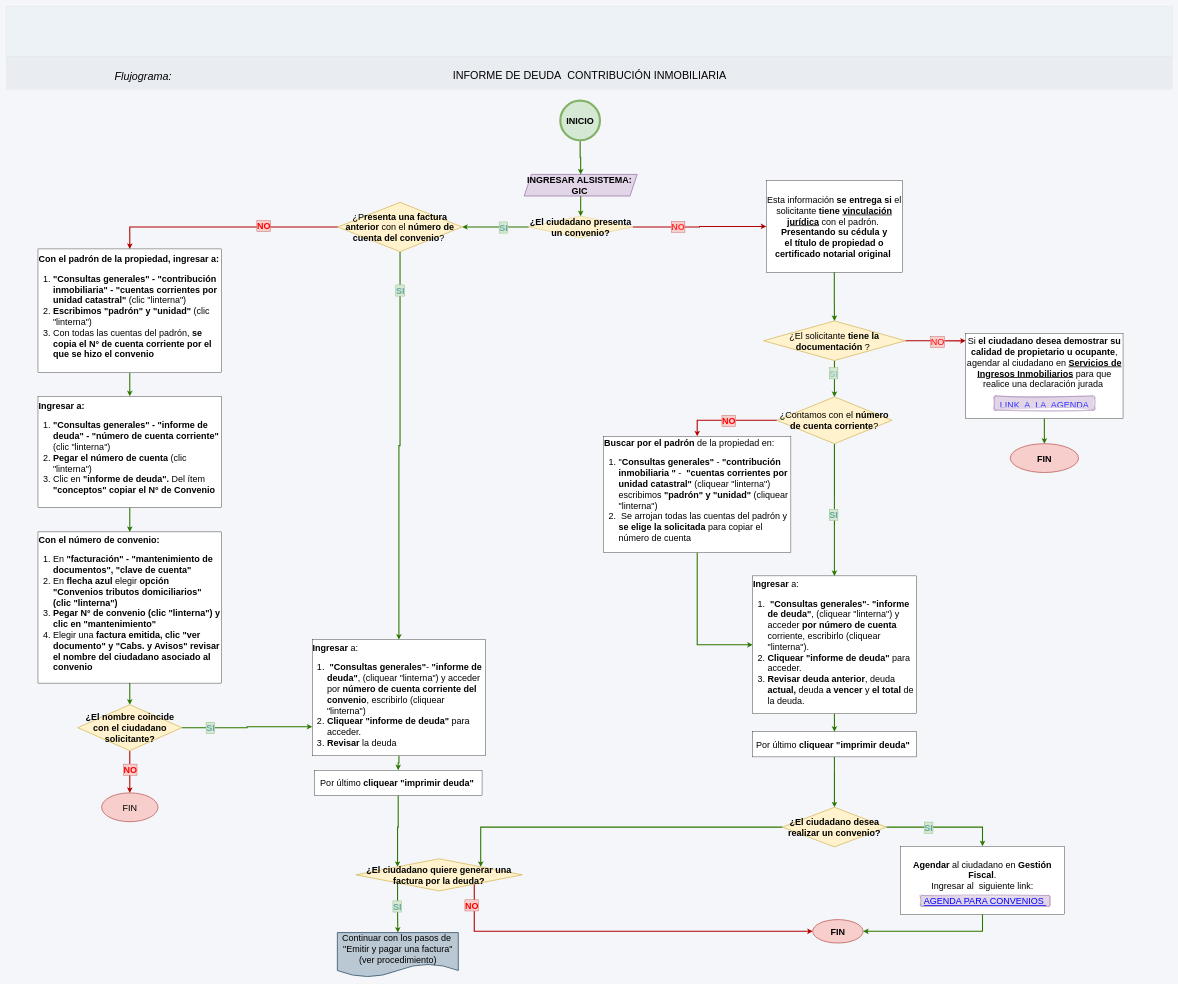
The draw.io diagram page "INFORME contribución" (2 of 4) of Traslado_de_columnas/Traslado de columnas.drawio in adlc20/Manual_de_procedimientos_ccz9, before the edit. Source tidied: cells renumbered, new cells numbered last; positions are measured from the earlier drawing's top-left corner, leaving out a move shared by most shapes. Both pictures are drawn from the tidied source at 36%, with x=0, y=0 at pixel (6, 6).
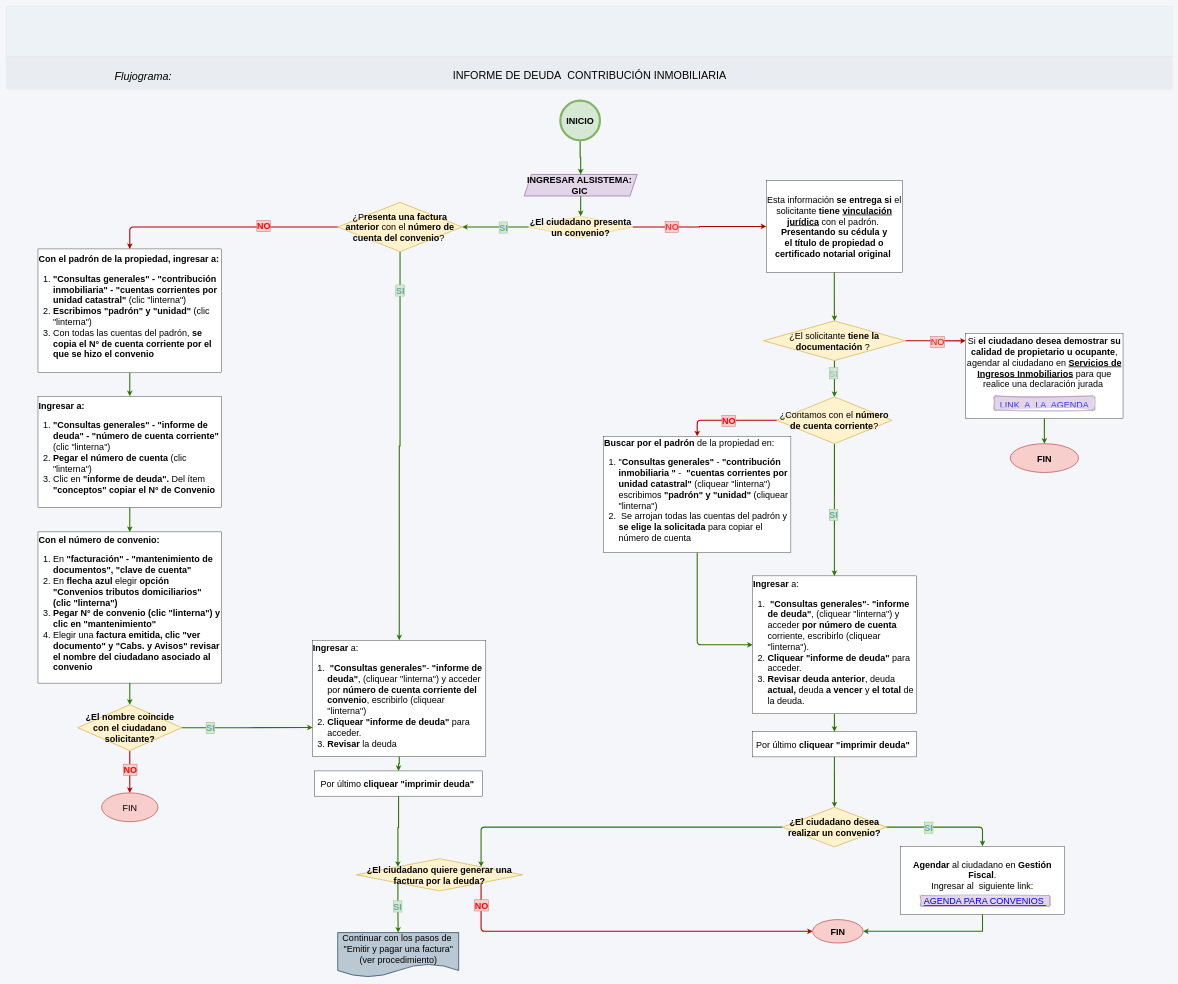
Above is the later version.

The change refers to these unchanged cells:
```xml
<mxCell id="17" value="&lt;font&gt;¿Contamos con el&lt;b&gt; número de cuenta corriente&lt;/b&gt;?&lt;/font&gt;" style="rhombus;whiteSpace=wrap;html=1;fillColor=#fff2cc;strokeColor=#d6b656;fontSize=25;strokeWidth=2;" parent="1" vertex="1">
  <mxGeometry x="2140.4" y="1085" width="320" height="130" as="geometry" />
</mxCell>
<mxCell id="19" value="&lt;font&gt;&lt;b&gt;Buscar por el padrón&lt;/b&gt; de la propiedad en:&amp;nbsp;&lt;/font&gt;&lt;div&gt;&lt;ol&gt;&lt;li&gt;&lt;font&gt;&lt;span style=&quot;background-color: transparent; color: light-dark(rgb(0, 0, 0), rgb(255, 255, 255));&quot;&gt;&quot;&lt;b&gt;Consultas generales&quot;&lt;/b&gt; - &lt;b&gt;&quot;contribución inmobiliaria &quot;&lt;/b&gt; -&amp;nbsp; &lt;b&gt;&quot;cuentas corrientes por unidad catastral&quot;&lt;/b&gt;&amp;nbsp;&lt;/span&gt;&lt;span style=&quot;background-color: transparent; color: light-dark(rgb(0, 0, 0), rgb(255, 255, 255));&quot;&gt;(cliquear &quot;linterna&quot;) escribimos&amp;nbsp;&lt;/span&gt;&lt;span style=&quot;background-color: transparent; color: light-dark(rgb(0, 0, 0), rgb(255, 255, 255));&quot;&gt;&lt;b&gt;&quot;padrón&quot; y &quot;unidad&quot;&lt;/b&gt;&amp;nbsp;&lt;/span&gt;&lt;span style=&quot;background-color: transparent; color: light-dark(rgb(0, 0, 0), rgb(255, 255, 255));&quot;&gt;(cliquear &quot;linterna&quot;)&lt;/span&gt;&lt;/font&gt;&lt;/li&gt;&lt;li&gt;&lt;font&gt;&amp;nbsp;Se arrojan todas las cuentas del padrón y &lt;b&gt;se elige la solicitada&lt;/b&gt; para copiar el número de cuenta&lt;/font&gt;&lt;/li&gt;&lt;/ol&gt;&lt;/div&gt;" style="whiteSpace=wrap;html=1;align=left;fontSize=25;" parent="1" vertex="1">
  <mxGeometry x="1659" y="1194.4" width="520.4" height="323" as="geometry" />
</mxCell>
<mxCell id="21" value="&lt;font&gt;&lt;b&gt;Ingresar &lt;/b&gt;a:&lt;/font&gt;&lt;div&gt;&lt;div&gt;&lt;ol&gt;&lt;li&gt;&lt;span style=&quot;background-color: transparent; color: light-dark(rgb(0, 0, 0), rgb(255, 255, 255));&quot;&gt;&lt;font&gt;&lt;b&gt;&amp;nbsp;&quot;Consultas generales&quot;&lt;/b&gt;- &lt;b&gt;&quot;informe de deuda&quot;&lt;/b&gt;, (cliquear &quot;linterna&quot;) y acceder &lt;b&gt;por número de cuenta &lt;/b&gt;corriente, escribirlo (cliquear &quot;linterna&quot;).&amp;nbsp;&lt;/font&gt;&lt;/span&gt;&lt;/li&gt;&lt;li&gt;&lt;font&gt;&lt;b&gt;Cliquear &quot;informe de deuda&quot;&lt;/b&gt; para acceder.&amp;nbsp;&lt;/font&gt;&lt;/li&gt;&lt;li&gt;&lt;font&gt;&lt;b&gt;Revisar&lt;/b&gt; &lt;b&gt;deuda anterior&lt;/b&gt;, deuda &lt;b&gt;actual,&lt;/b&gt; deuda&lt;b&gt; a vencer &lt;/b&gt;y &lt;b&gt;el total &lt;/b&gt;de la deuda.&amp;nbsp;&lt;/font&gt;&lt;/li&gt;&lt;/ol&gt;&lt;div&gt;&lt;div&gt;&lt;br&gt;&lt;/div&gt;&lt;/div&gt;&lt;/div&gt;&lt;/div&gt;" style="whiteSpace=wrap;html=1;align=left;fontSize=25;verticalAlign=top;" parent="1" vertex="1">
  <mxGeometry x="2073.2" y="1582.2" width="454.3" height="383" as="geometry" />
</mxCell>
<mxCell id="26" style="edgeStyle=orthogonalEdgeStyle;rounded=0;jettySize=auto;html=1;exitX=1;exitY=0.5;exitDx=0;exitDy=0;fillColor=#e51400;strokeColor=#B20000;strokeWidth=3;fontSize=25;" parent="1" edge="1" source="28" target="25">
  <mxGeometry relative="1" as="geometry" />
</mxCell>
<mxCell id="43" value="&lt;font&gt;¿P&lt;b&gt;resenta una factura anterior&lt;/b&gt; con el &lt;b&gt;número de cuenta del convenio&lt;/b&gt;?&amp;nbsp;&lt;/font&gt;" style="rhombus;whiteSpace=wrap;html=1;fillColor=#fff2cc;strokeColor=#d6b656;fontSize=25;strokeWidth=2;" parent="1" vertex="1">
  <mxGeometry x="921" y="544.5" width="345.4" height="137" as="geometry" />
</mxCell>
<mxCell id="48" value="&lt;font&gt;&lt;b&gt;FIN&lt;/b&gt;&lt;/font&gt;" style="ellipse;whiteSpace=wrap;html=1;fillColor=#f8cecc;strokeColor=#b85450;strokeWidth=2;fontSize=25;" parent="1" vertex="1">
  <mxGeometry x="2240" y="2537" width="140" height="65" as="geometry" />
</mxCell>
<mxCell id="52" value="&lt;font&gt;&lt;b&gt;¿El ciudadano desea realizar un convenio?&lt;/b&gt;&lt;/font&gt;" style="rhombus;whiteSpace=wrap;html=1;fillColor=#fff2cc;strokeColor=#d6b656;fontSize=25;strokeWidth=2;" parent="1" vertex="1">
  <mxGeometry x="2155.9" y="2225" width="289" height="110" as="geometry" />
</mxCell>
<mxCell id="53" value="&lt;font&gt;&lt;b&gt;Agendar&lt;/b&gt; al ciudadano en &lt;b&gt;Gestión Fiscal&lt;/b&gt;.&lt;/font&gt;&lt;div&gt;&lt;font&gt;Ingresar al&amp;nbsp; siguiente link:&lt;/font&gt;&lt;/div&gt;&lt;div&gt;&lt;font&gt;&amp;nbsp;&lt;/font&gt;&lt;/div&gt;" style="rounded=0;whiteSpace=wrap;html=1;fontSize=25;" parent="1" vertex="1">
  <mxGeometry x="2484" y="2333" width="455.3" height="190" as="geometry" />
</mxCell>
<mxCell id="61" value="&lt;span&gt;&lt;b&gt;Con el padrón de la propiedad, ingresar a:&lt;/b&gt;&lt;/span&gt;&lt;div&gt;&lt;ol&gt;&lt;li&gt;&lt;span&gt;&lt;b&gt;&quot;Consultas generales&quot; - &quot;contribución inmobiliaria&quot; - &quot;cuentas corrientes por unidad catastral&quot; &lt;/b&gt;(clic &quot;linterna&quot;)&lt;/span&gt;&lt;/li&gt;&lt;li&gt;&lt;span&gt;&lt;b&gt;Escribimos &quot;padrón&quot; y &quot;unidad&quot; &lt;/b&gt;(clic &quot;linterna&quot;)&lt;/span&gt;&lt;/li&gt;&lt;li&gt;&lt;span&gt;Con todas las cuentas del padrón,&lt;b&gt; se copia el&lt;/b&gt;&lt;/span&gt;&lt;span style=&quot;background-color: transparent; color: light-dark(rgb(0, 0, 0), rgb(255, 255, 255));&quot;&gt;&lt;b&gt;&amp;nbsp;N° de cuenta corriente por el que se hizo el convenio&lt;/b&gt;&lt;/span&gt;&lt;/li&gt;&lt;/ol&gt;&lt;/div&gt;" style="whiteSpace=wrap;html=1;align=left;verticalAlign=middle;fontSize=25;" parent="1" vertex="1">
  <mxGeometry x="88" y="674" width="510" height="344" as="geometry" />
</mxCell>
```

What changed in the source:
```diff
@@
-    <mxCell id="15" style="edgeStyle=orthogonalEdgeStyle;rounded=0;jettySize=auto;html=1;exitX=0;exitY=0.5;exitDx=0;exitDy=0;fillColor=#e51400;strokeColor=#B20000;strokeWidth=3;fontSize=25;" parent="1" edge="1" source="17" target="19">
+    <mxCell id="15" style="edgeStyle=orthogonalEdgeStyle;rounded=1;jettySize=auto;html=1;exitX=0;exitY=0.5;exitDx=0;exitDy=0;fillColor=#e51400;strokeColor=#B20000;strokeWidth=3;fontSize=25;curved=0;" parent="1" edge="1" source="17" target="19">
       <mxGeometry relative="1" as="geometry" />
     </mxCell>
@@
-    <mxCell id="18" style="edgeStyle=orthogonalEdgeStyle;rounded=0;jettySize=auto;html=1;exitX=0.5;exitY=1;exitDx=0;exitDy=0;entryX=0;entryY=0.5;entryDx=0;entryDy=0;fillColor=#60a917;strokeColor=#2D7600;strokeWidth=3;fontSize=25;" parent="1" edge="1" source="19" target="21">
+    <mxCell id="18" style="edgeStyle=orthogonalEdgeStyle;rounded=1;jettySize=auto;html=1;exitX=0.5;exitY=1;exitDx=0;exitDy=0;entryX=0;entryY=0.5;entryDx=0;entryDy=0;fillColor=#60a917;strokeColor=#2D7600;strokeWidth=3;fontSize=25;curved=0;" parent="1" edge="1" source="19" target="21">
       <mxGeometry relative="1" as="geometry" />
     </mxCell>
@@
     <mxCell id="27" value="&lt;font style=&quot;color: rgb(255, 51, 51);&quot;&gt;NO&lt;/font&gt;" style="edgeLabel;html=1;align=center;verticalAlign=middle;fontSize=25;labelBackgroundColor=#f8cecc;labelBorderColor=#b85450;fontStyle=1;" parent="26" vertex="1">
-      <mxGeometry x="-0.33" y="2" relative="1" as="geometry" />
+      <mxGeometry x="-0.33" y="2" relative="1" as="geometry">
+        <mxPoint x="-17" as="offset" />
+      </mxGeometry>
     </mxCell>
@@
     <mxCell id="30" value="&lt;div style=&quot;text-align: left;&quot;&gt;&lt;span style=&quot;background-color: transparent; color: light-dark(rgb(0, 0, 0), rgb(255, 255, 255));&quot;&gt;&lt;font&gt;&lt;b&gt;Ingresar&lt;/b&gt; a:&lt;/font&gt;&lt;/span&gt;&lt;/div&gt;&lt;div&gt;&lt;div&gt;&lt;ol&gt;&lt;li style=&quot;text-align: left;&quot;&gt;&lt;span style=&quot;background-color: transparent; color: light-dark(rgb(0, 0, 0), rgb(255, 255, 255));&quot;&gt;&lt;font&gt;&lt;b&gt;&amp;nbsp;&quot;Consultas generales&quot;&lt;/b&gt;- &lt;b&gt;&quot;informe de deuda&quot;&lt;/b&gt;, (cliquear &quot;linterna&quot;) y acceder por &lt;b&gt;número de cuenta corriente del convenio&lt;/b&gt;, escribirlo (cliquear &quot;linterna&quot;)&lt;/font&gt;&lt;/span&gt;&lt;/li&gt;&lt;li style=&quot;text-align: left;&quot;&gt;&lt;font&gt;&lt;b&gt;Cliquear &quot;informe de deuda&quot;&lt;/b&gt; para acceder.&amp;nbsp;&lt;/font&gt;&lt;/li&gt;&lt;li style=&quot;text-align: left;&quot;&gt;&lt;font&gt;&lt;b&gt;Revisar&lt;/b&gt; la deuda&lt;/font&gt;&lt;/li&gt;&lt;/ol&gt;&lt;div&gt;&lt;div&gt;&lt;br&gt;&lt;/div&gt;&lt;/div&gt;&lt;/div&gt;&lt;/div&gt;" style="whiteSpace=wrap;html=1;fontSize=25;verticalAlign=top;" parent="1" vertex="1">
-      <mxGeometry x="850" y="1759" width="481.1" height="323" as="geometry" />
+      <mxGeometry x="851" y="1761" width="481.1" height="323" as="geometry" />
     </mxCell>
@@
     <mxCell id="32" value="&lt;font&gt;Por último&lt;b&gt; cliquear &quot;imprimir deuda&quot;&amp;nbsp;&lt;/b&gt;&lt;/font&gt;" style="rounded=0;whiteSpace=wrap;html=1;fontSize=25;" parent="1" vertex="1">
-      <mxGeometry x="855.7" y="2122" width="465.8" height="70" as="geometry" />
+      <mxGeometry x="856.7" y="2124" width="465.8" height="70" as="geometry" />
     </mxCell>
@@
-    <mxCell id="35" style="edgeStyle=orthogonalEdgeStyle;rounded=0;jettySize=auto;html=1;exitX=1;exitY=1;exitDx=0;exitDy=0;fillColor=#e51400;strokeColor=#B20000;strokeWidth=3;entryX=0;entryY=0.5;entryDx=0;entryDy=0;fontSize=25;" parent="1" edge="1" source="37" target="48">
+    <mxCell id="35" style="edgeStyle=orthogonalEdgeStyle;rounded=1;jettySize=auto;html=1;exitX=1;exitY=1;exitDx=0;exitDy=0;fillColor=#e51400;strokeColor=#B20000;strokeWidth=3;entryX=0;entryY=0.5;entryDx=0;entryDy=0;fontSize=25;curved=0;" parent="1" edge="1" source="37" target="48">
       <mxGeometry relative="1" as="geometry">
         <Array as="points">
-          <mxPoint x="1299.9" y="2569.6" />
+          <mxPoint x="1318.8" y="2569.5" />
         </Array>
       </mxGeometry>
     </mxCell>
     <mxCell id="36" value="NO" style="edgeLabel;html=1;align=center;verticalAlign=middle;fontSize=25;labelBackgroundColor=#f8cecc;labelBorderColor=#b85450;fontStyle=1;fontColor=#FF0000;" parent="35" vertex="1">
       <mxGeometry x="0.2" y="1" relative="1" as="geometry">
-        <mxPoint x="-511" y="-72" as="offset" />
+        <mxPoint x="-498" y="-72" as="offset" />
       </mxGeometry>
     </mxCell>
     <mxCell id="37" value="&lt;font&gt;&lt;b&gt;¿El ciudadano quiere generar una factura por la&amp;nbsp;&lt;span style=&quot;background-color: transparent; color: light-dark(rgb(0, 0, 0), rgb(255, 255, 255));&quot;&gt;deuda?&lt;/span&gt;&lt;/b&gt;&lt;/font&gt;" style="rhombus;whiteSpace=wrap;html=1;fillColor=#fff2cc;strokeColor=#d6b656;fontSize=25;strokeWidth=2;" parent="1" vertex="1">
-      <mxGeometry x="971.3" y="2368" width="462" height="89.2" as="geometry" />
+      <mxGeometry x="972.3" y="2368" width="462" height="89.2" as="geometry" />
     </mxCell>
     <mxCell id="38" value="&lt;font&gt;Continuar con los pasos de&amp;nbsp;&lt;/font&gt;&lt;div&gt;&lt;font&gt;&quot;Emitir y pagar una factura&quot;&lt;/font&gt;&lt;/div&gt;&lt;div&gt;&lt;font&gt;(ver procedimiento)&lt;/font&gt;&lt;/div&gt;" style="shape=document;whiteSpace=wrap;html=1;boundedLbl=1;fillColor=#bac8d3;strokeColor=#23445d;strokeWidth=2;fontSize=25;" parent="1" vertex="1">
-      <mxGeometry x="919.6" y="2573" width="336" height="124" as="geometry" />
+      <mxGeometry x="920.6" y="2573" width="336" height="124" as="geometry" />
     </mxCell>
@@
-    <mxCell id="41" style="edgeStyle=orthogonalEdgeStyle;rounded=0;jettySize=auto;html=1;fillColor=#e51400;strokeColor=#B20000;strokeWidth=3;exitX=0;exitY=0.5;exitDx=0;exitDy=0;fontSize=25;entryX=0.5;entryY=0;entryDx=0;entryDy=0;" parent="1" edge="1" source="43" target="61">
+    <mxCell id="41" style="edgeStyle=orthogonalEdgeStyle;rounded=1;jettySize=auto;html=1;fillColor=#e51400;strokeColor=#B20000;strokeWidth=3;exitX=0;exitY=0.5;exitDx=0;exitDy=0;fontSize=25;entryX=0.5;entryY=0;entryDx=0;entryDy=0;curved=0;" parent="1" edge="1" source="43" target="61">
       <mxGeometry relative="1" as="geometry" />
     </mxCell>
@@
-    <mxCell id="49" style="edgeStyle=orthogonalEdgeStyle;rounded=0;jettySize=auto;html=1;exitX=1;exitY=0.5;exitDx=0;exitDy=0;fillColor=#60a917;strokeColor=#2D7600;strokeWidth=3;fontSize=25;entryX=0.5;entryY=0;entryDx=0;entryDy=0;" parent="1" edge="1" source="52" target="53">
+    <mxCell id="49" style="edgeStyle=orthogonalEdgeStyle;rounded=1;jettySize=auto;html=1;exitX=1;exitY=0.5;exitDx=0;exitDy=0;fillColor=#60a917;strokeColor=#2D7600;strokeWidth=3;fontSize=25;entryX=0.5;entryY=0;entryDx=0;entryDy=0;curved=0;" parent="1" edge="1" source="52" target="53">
       <mxGeometry relative="1" as="geometry" />
     </mxCell>
@@
-    <mxCell id="51" style="edgeStyle=orthogonalEdgeStyle;rounded=0;jettySize=auto;html=1;exitX=0;exitY=0.5;exitDx=0;exitDy=0;entryX=1;entryY=0;entryDx=0;entryDy=0;fillColor=#60a917;strokeColor=#2D7600;strokeWidth=3;" parent="1" edge="1" source="52" target="37">
+    <mxCell id="51" style="edgeStyle=orthogonalEdgeStyle;rounded=1;jettySize=auto;html=1;exitX=0;exitY=0.5;exitDx=0;exitDy=0;entryX=1;entryY=0;entryDx=0;entryDy=0;fillColor=#60a917;strokeColor=#2D7600;strokeWidth=3;curved=0;" parent="1" edge="1" source="52" target="37">
       <mxGeometry relative="1" as="geometry" />
     </mxCell>
```
